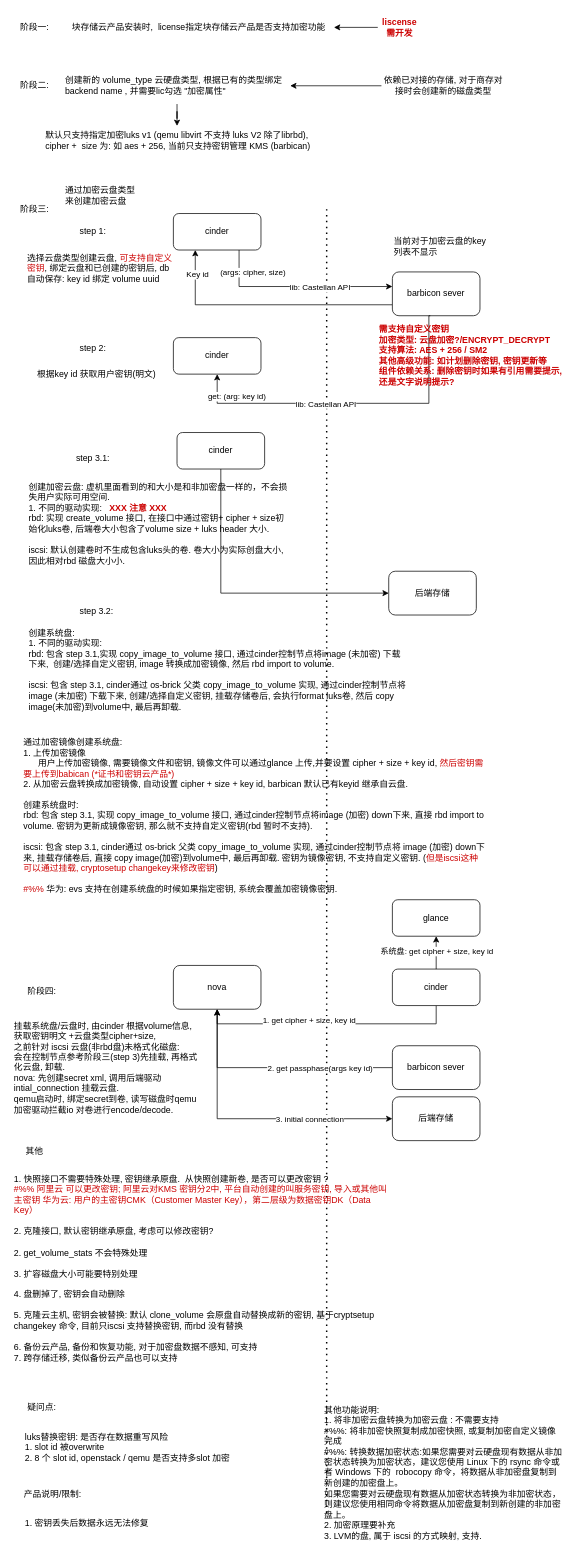
Earlier version of the draw.io diagram 磁盘加密.drawio (ChenFanTony/ceph-diagrams). Source tidied: cells renumbered, new cells numbered last; positions are measured from the earlier drawing's top-left corner, leaving out a move shared by most shapes. Both pictures are drawn from the tidied source at 73%, with x=0, y=0 at pixel (12, 12).
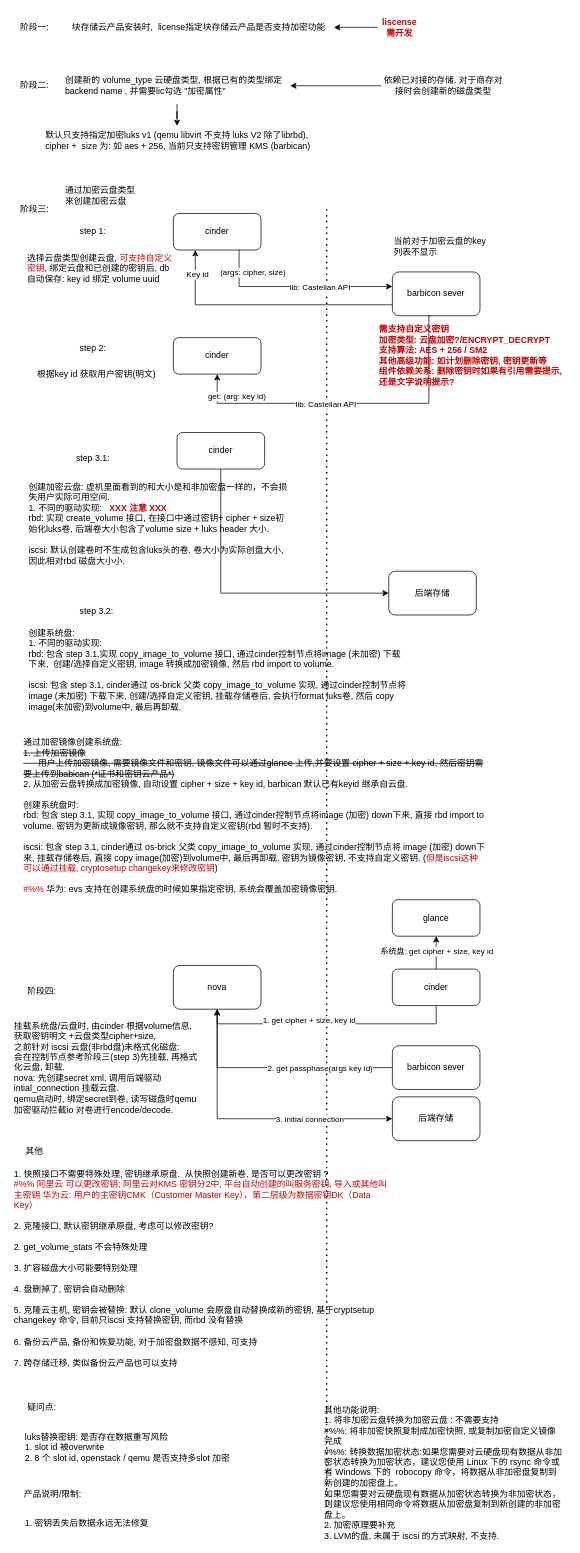
The same page after the edit.

Commit message:
更新磁盘加密.drawio

Change to the diagram source:
```diff
@@
-    <mxCell id="46" value="通过加密镜像创建系统盘:&amp;nbsp;&lt;br&gt;1. 上传加密镜像&lt;br&gt;&amp;nbsp; &amp;nbsp; &amp;nbsp; 用户上传加密镜像, 需要镜像文件和密钥, 镜像文件可以通过glance 上传,并要设置 cipher + size + key id, &lt;font style=&quot;color: rgb(204, 0, 0);&quot;&gt;然后密钥需要上传到babican (*证书和密钥云产品*)&lt;/font&gt;&lt;br&gt;2. 从加密云盘转换成加密镜像, 自动设置&amp;nbsp;cipher + size + key id, barbican 默认已有keyid 继承自云盘.&lt;br&gt;&lt;div&gt;&lt;br&gt;创建系统盘时:&lt;br&gt;rbd:&amp;nbsp;&lt;span style=&quot;background-color: transparent; color: light-dark(rgb(0, 0, 0), rgb(255, 255, 255));&quot;&gt;包含 step 3.1, 实现 copy_image_to_volume 接口, 通过cinder控制节点将image (加密) down下来, 直接 rbd import to volume. 密钥为更新成镜像密钥, 那么就不支持自定义密钥(rbd 暂时不支持).&lt;br&gt;&lt;/span&gt;&lt;span style=&quot;background-color: transparent; color: light-dark(rgb(0, 0, 0), rgb(255, 255, 255));&quot;&gt;&lt;br&gt;iscsi:&amp;nbsp;&lt;/span&gt;&lt;span style=&quot;background-color: transparent; color: light-dark(rgb(0, 0, 0), rgb(255, 255, 255));&quot;&gt;包含 step 3.1, cinder通过 os-brick 父类 copy_image_to_volume 实现, 通过cinder控制节点将 image (加密) down下来, 挂载存储卷后, 直接 copy image(加密)到volume中, 最后再卸载. 密钥为镜像密钥, 不支持自定义密钥. (&lt;/span&gt;&lt;span style=&quot;background-color: transparent;&quot;&gt;&lt;font style=&quot;color: light-dark(rgb(204, 0, 0), rgb(204, 0, 0));&quot;&gt;但是iscsi这种可以通过挂载, cryptosetup changekey来修改密钥&lt;/font&gt;&lt;/span&gt;&lt;span style=&quot;background-color: transparent; color: light-dark(rgb(0, 0, 0), rgb(255, 255, 255));&quot;&gt;)&lt;br&gt;&lt;br&gt;&lt;/span&gt;&lt;font style=&quot;color: light-dark(rgb(204, 0, 0), rgb(204, 0, 0));&quot;&gt;#%%&lt;/font&gt; 华为: evs 支持在创建系统盘的时候如果指定密钥, 系统会覆盖加密镜像密钥.&lt;span style=&quot;background-color: transparent; color: light-dark(rgb(0, 0, 0), rgb(255, 255, 255));&quot;&gt;&lt;/span&gt;&lt;/div&gt;" style="text;html=1;whiteSpace=wrap;strokeColor=none;fillColor=none;align=left;verticalAlign=middle;rounded=0;" parent="1" vertex="1">
+    <mxCell id="46" value="通过加密镜像创建系统盘:&amp;nbsp;&lt;br&gt;&lt;strike&gt;1. 上传加密镜像&lt;br&gt;&amp;nbsp; &amp;nbsp; &amp;nbsp; 用户上传加密镜像, 需要镜像文件和密钥, 镜像文件可以通过glance 上传,并要设置 cipher + size + key id, 然后密钥需要上传到babican (*证书和密钥云产品*)&lt;/strike&gt;&lt;br&gt;2. 从加密云盘转换成加密镜像, 自动设置&amp;nbsp;cipher + size + key id, barbican 默认已有keyid 继承自云盘.&lt;br&gt;&lt;div&gt;&lt;br&gt;创建系统盘时:&lt;br&gt;rbd:&amp;nbsp;&lt;span style=&quot;background-color: transparent; color: light-dark(rgb(0, 0, 0), rgb(255, 255, 255));&quot;&gt;包含 step 3.1, 实现 copy_image_to_volume 接口, 通过cinder控制节点将image (加密) down下来, 直接 rbd import to volume. 密钥为更新成镜像密钥, 那么就不支持自定义密钥(rbd 暂时不支持).&lt;br&gt;&lt;/span&gt;&lt;span style=&quot;background-color: transparent; color: light-dark(rgb(0, 0, 0), rgb(255, 255, 255));&quot;&gt;&lt;br&gt;iscsi:&amp;nbsp;&lt;/span&gt;&lt;span style=&quot;background-color: transparent; color: light-dark(rgb(0, 0, 0), rgb(255, 255, 255));&quot;&gt;包含 step 3.1, cinder通过 os-brick 父类 copy_image_to_volume 实现, 通过cinder控制节点将 image (加密) down下来, 挂载存储卷后, 直接 copy image(加密)到volume中, 最后再卸载. 密钥为镜像密钥, 不支持自定义密钥. (&lt;/span&gt;&lt;span style=&quot;background-color: transparent;&quot;&gt;&lt;font style=&quot;color: light-dark(rgb(204, 0, 0), rgb(204, 0, 0));&quot;&gt;但是iscsi这种可以通过挂载, cryptosetup changekey来修改密钥&lt;/font&gt;&lt;/span&gt;&lt;span style=&quot;background-color: transparent; color: light-dark(rgb(0, 0, 0), rgb(255, 255, 255));&quot;&gt;)&lt;br&gt;&lt;br&gt;&lt;/span&gt;&lt;font style=&quot;color: light-dark(rgb(204, 0, 0), rgb(204, 0, 0));&quot;&gt;#%%&lt;/font&gt; 华为: evs 支持在创建系统盘的时候如果指定密钥, 系统会覆盖加密镜像密钥.&lt;span style=&quot;background-color: transparent; color: light-dark(rgb(0, 0, 0), rgb(255, 255, 255));&quot;&gt;&lt;/span&gt;&lt;/div&gt;" style="text;html=1;whiteSpace=wrap;strokeColor=none;fillColor=none;align=left;verticalAlign=middle;rounded=0;" parent="1" vertex="1">
       <mxGeometry x="12.5" y="965" width="635" height="270" as="geometry" />
     </mxCell>
@@
-    <mxCell id="51" value="&lt;div style=&quot;&quot;&gt;&lt;div&gt;&lt;font style=&quot;color: rgb(0, 0, 0);&quot;&gt;1. 快照接口不需要特殊处理, 密钥继承原盘.&amp;nbsp; 从快照创建新卷, 是否可以更改密钥 ?&lt;/font&gt;&lt;/div&gt;&lt;div&gt;&lt;font color=&quot;#cc0000&quot;&gt;#%% 阿里云 可以更改密钥; 阿里云对KMS 密钥分2中, 平台自动创建的叫服务密钥, 导入或其他叫主密钥 华为云: 用户的主密钥CMK（Customer Master Key），第二层级为数据密钥DK（Data Key）&lt;/font&gt;&lt;/div&gt;&lt;div&gt;&lt;font color=&quot;#cc0000&quot;&gt;&lt;br&gt;&lt;/font&gt;&lt;/div&gt;&lt;div&gt;&lt;font style=&quot;color: rgb(0, 0, 0);&quot;&gt;2. 克隆接口, 默认密钥继承原盘, 考虑可以修改密钥?&lt;/font&gt;&lt;/div&gt;&lt;div&gt;&lt;font style=&quot;color: rgb(0, 0, 0);&quot;&gt;&lt;br&gt;&lt;/font&gt;&lt;/div&gt;&lt;div&gt;&lt;font style=&quot;color: rgb(0, 0, 0);&quot;&gt;2. get_volume_stats 不会特殊处理&lt;/font&gt;&lt;/div&gt;&lt;div&gt;&lt;font style=&quot;color: rgb(0, 0, 0);&quot;&gt;&lt;br&gt;&lt;/font&gt;&lt;/div&gt;&lt;div&gt;&lt;font style=&quot;color: rgb(0, 0, 0);&quot;&gt;3. 扩容磁盘大小可能要特别处理&lt;/font&gt;&lt;/div&gt;&lt;div&gt;&lt;font style=&quot;color: rgb(0, 0, 0);&quot;&gt;&lt;br&gt;&lt;/font&gt;&lt;/div&gt;&lt;div&gt;&lt;font style=&quot;color: rgb(0, 0, 0);&quot;&gt;4. 盘删掉了, 密钥会自动删除&lt;br&gt;&lt;br&gt;5. 克隆云主机, 密钥会被替换: 默认 clone_volume 会原盘自动替换成新的密钥, 基于cryptsetup changekey 命令, 目前只iscsi 支持替换密钥, 而rbd 没有替换&lt;br&gt;&lt;br&gt;6. 备份云产品, 备份和恢复功能, 对于加密盘数据不感知, 可支持&lt;br&gt;7. 跨存储迁移, 类似备份云产品也可以支持&lt;/font&gt;&lt;/div&gt;&lt;/div&gt;" style="text;html=1;whiteSpace=wrap;strokeColor=none;fillColor=none;align=left;verticalAlign=middle;rounded=0;" parent="1" vertex="1">
+    <mxCell id="51" value="&lt;div style=&quot;&quot;&gt;&lt;div&gt;&lt;font style=&quot;color: rgb(0, 0, 0);&quot;&gt;1. 快照接口不需要特殊处理, 密钥继承原盘.&amp;nbsp; 从快照创建新卷, 是否可以更改密钥 ?&lt;/font&gt;&lt;/div&gt;&lt;div&gt;&lt;font color=&quot;#cc0000&quot;&gt;#%% 阿里云 可以更改密钥; 阿里云对KMS 密钥分2中, 平台自动创建的叫服务密钥, 导入或其他叫主密钥 华为云: 用户的主密钥CMK（Customer Master Key），第二层级为数据密钥DK（Data Key）&lt;/font&gt;&lt;/div&gt;&lt;div&gt;&lt;font color=&quot;#cc0000&quot;&gt;&lt;br&gt;&lt;/font&gt;&lt;/div&gt;&lt;div&gt;&lt;font style=&quot;color: rgb(0, 0, 0);&quot;&gt;2. 克隆接口, 默认密钥继承原盘, 考虑可以修改密钥?&lt;/font&gt;&lt;/div&gt;&lt;div&gt;&lt;font style=&quot;color: rgb(0, 0, 0);&quot;&gt;&lt;br&gt;&lt;/font&gt;&lt;/div&gt;&lt;div&gt;&lt;font style=&quot;color: rgb(0, 0, 0);&quot;&gt;2. get_volume_stats 不会特殊处理&lt;/font&gt;&lt;/div&gt;&lt;div&gt;&lt;font style=&quot;color: rgb(0, 0, 0);&quot;&gt;&lt;br&gt;&lt;/font&gt;&lt;/div&gt;&lt;div&gt;&lt;font style=&quot;color: rgb(0, 0, 0);&quot;&gt;3. 扩容磁盘大小可能要特别处理&lt;/font&gt;&lt;/div&gt;&lt;div&gt;&lt;font style=&quot;color: rgb(0, 0, 0);&quot;&gt;&lt;br&gt;&lt;/font&gt;&lt;/div&gt;&lt;div&gt;&lt;font style=&quot;color: rgb(0, 0, 0);&quot;&gt;4. 盘删掉了, 密钥会自动删除&lt;br&gt;&lt;br&gt;5. 克隆云主机, 密钥会被替换: 默认 clone_volume 会原盘自动替换成新的密钥, 基于cryptsetup changekey 命令, 目前只iscsi 支持替换密钥, 而rbd 没有替换&lt;br&gt;&lt;br&gt;6. 备份云产品, 备份和恢复功能, 对于加密盘数据不感知, 可支持&lt;br&gt;&lt;br&gt;7. 跨存储迁移, 类似备份云产品也可以支持&lt;/font&gt;&lt;/div&gt;&lt;/div&gt;" style="text;html=1;whiteSpace=wrap;strokeColor=none;fillColor=none;align=left;verticalAlign=middle;rounded=0;" parent="1" vertex="1">
       <mxGeometry y="1655" width="515" height="130" as="geometry" />
     </mxCell>
@@
-    <mxCell id="58" value="其他功能说明:&lt;br&gt;1.&amp;nbsp;将非加密云盘转换为加密云盘 : 不需要支持&lt;br&gt;#%%: 将非加密快照复制成加密快照, 或复制加密自定义镜像完成&lt;br&gt;#%%:&amp;nbsp;&lt;span style=&quot;background-color: transparent;&quot;&gt;转换数据加密状态:&lt;/span&gt;&lt;span style=&quot;background-color: transparent; color: light-dark(rgb(0, 0, 0), rgb(255, 255, 255));&quot;&gt;如果您需要对云硬盘现有数据从非加密状态转换为加密状态，建议您使用 Linux 下的 rsync 命令或者 Windows 下的&amp;nbsp; robocopy 命令，将数据从非加密盘复制到新创建的加密盘上。&lt;/span&gt;&lt;div&gt;如果您需要对云硬盘现有数据从加密状态转换为非加密状态，则建议您使用相同命令将数据从加密盘复制到新创建的非加密盘上。&lt;/div&gt;&lt;div&gt;2. 加密原理要补充&lt;br&gt;3. LVM的盘, 属于 iscsi 的方式映射, 支持.&lt;br&gt;&lt;/div&gt;" style="text;html=1;whiteSpace=wrap;strokeColor=none;fillColor=none;align=left;verticalAlign=middle;rounded=0;" parent="1" vertex="1">
+    <mxCell id="58" value="其他功能说明:&lt;br&gt;1.&amp;nbsp;将非加密云盘转换为加密云盘 : 不需要支持&lt;br&gt;#%%: 将非加密快照复制成加密快照, 或复制加密自定义镜像完成&lt;br&gt;#%%:&amp;nbsp;&lt;span style=&quot;background-color: transparent;&quot;&gt;转换数据加密状态:&lt;/span&gt;&lt;span style=&quot;background-color: transparent; color: light-dark(rgb(0, 0, 0), rgb(255, 255, 255));&quot;&gt;如果您需要对云硬盘现有数据从非加密状态转换为加密状态，建议您使用 Linux 下的 rsync 命令或者 Windows 下的&amp;nbsp; robocopy 命令，将数据从非加密盘复制到新创建的加密盘上。&lt;/span&gt;&lt;div&gt;如果您需要对云硬盘现有数据从加密状态转换为非加密状态，则建议您使用相同命令将数据从加密盘复制到新创建的非加密盘上。&lt;/div&gt;&lt;div&gt;2. 加密原理要补充&lt;br&gt;3. LVM的盘, 未属于 iscsi 的方式映射, 不支持.&lt;br&gt;&lt;/div&gt;" style="text;html=1;whiteSpace=wrap;strokeColor=none;fillColor=none;align=left;verticalAlign=middle;rounded=0;" parent="1" vertex="1">
       <mxGeometry x="425" y="1925" width="330" height="150" as="geometry" />
     </mxCell>
```
